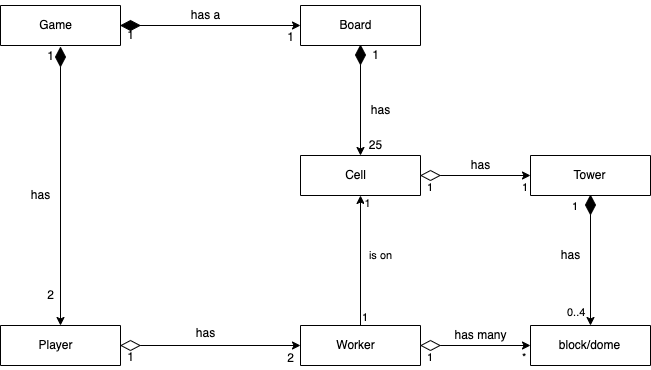
This is domain-model.png from RozayC/test, a draw.io export, as it was before one commit. Source tidied: cells renumbered, new cells last; positions are measured from the earlier drawing's top-left corner, leaving out a move shared by most shapes.
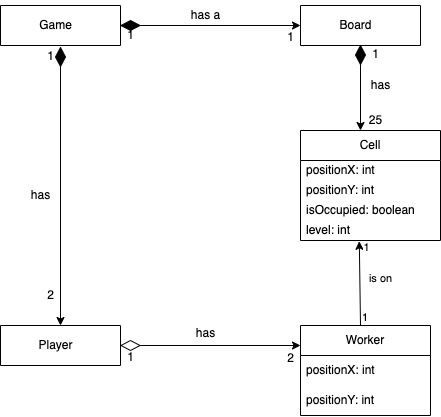
Above is the later version.

Change to the diagram source:
```diff
@@ -27,7 +27,7 @@
       <mxGeometry x="180" width="50" height="30" as="geometry" />
     </mxCell>
     <mxCell id="9" value="has" style="text;html=1;align=center;verticalAlign=middle;fillColor=none;strokeColor=none;rounded=0;" parent="1" vertex="1">
-      <mxGeometry x="360" y="95" width="40" height="30" as="geometry" />
+      <mxGeometry x="360" y="70" width="40" height="30" as="geometry" />
     </mxCell>
     <mxCell id="10" value="has" style="text;html=1;align=center;verticalAlign=middle;fillColor=none;strokeColor=none;rounded=0;" parent="1" vertex="1">
       <mxGeometry x="185" y="318" width="40" height="30" as="geometry" />
@@ -48,10 +48,10 @@
       <mxGeometry x="280" y="348" width="20" height="20" as="geometry" />
     </mxCell>
     <mxCell id="16" value="1" style="text;html=1;align=center;verticalAlign=middle;fillColor=none;strokeColor=none;rounded=0;" parent="1" vertex="1">
-      <mxGeometry x="365" y="44.5" width="20" height="20" as="geometry" />
+      <mxGeometry x="365" y="44" width="20" height="20" as="geometry" />
     </mxCell>
     <mxCell id="17" value="25" style="text;html=1;align=center;verticalAlign=middle;fillColor=none;strokeColor=none;rounded=0;" parent="1" vertex="1">
-      <mxGeometry x="360" y="135" width="30" height="20" as="geometry" />
+      <mxGeometry x="360" y="110" width="30" height="20" as="geometry" />
     </mxCell>
     <mxCell id="18" value="1" style="text;html=1;align=center;verticalAlign=middle;fillColor=none;strokeColor=none;rounded=0;" parent="1" vertex="1">
       <mxGeometry x="120" y="25" width="20" height="20" as="geometry" />
@@ -59,14 +59,10 @@
     <mxCell id="19" value="1" style="text;html=1;align=center;verticalAlign=middle;fillColor=none;strokeColor=none;rounded=0;" parent="1" vertex="1">
       <mxGeometry x="280" y="27" width="20" height="20" as="geometry" />
     </mxCell>
-    <mxCell id="20" style="swimlane;startSize=0;" parent="1" vertex="1">
-      <mxGeometry x="300" y="155" width="120" height="40" as="geometry" />
-    </mxCell>
-    <mxCell id="21" value="Cell" style="text;html=1;align=center;verticalAlign=middle;strokeColor=none;fillColor=none;" parent="20" vertex="1">
-      <mxGeometry x="35" y="5" width="40" height="30" as="geometry" />
-    </mxCell>
-    <mxCell id="22" style="endArrow=classic;html=1;rounded=0;exitX=0.5;exitY=0;exitDx=0;exitDy=0;entryX=0.5;entryY=1;entryDx=0;entryDy=0;" parent="1" edge="1" source="28" target="20">
-      <mxGeometry relative="1" as="geometry" />
+    <mxCell id="22" style="endArrow=classic;html=1;rounded=0;exitX=0.5;exitY=0;exitDx=0;exitDy=0;entryX=0.42;entryY=1.039;entryDx=0;entryDy=0;entryPerimeter=0;" parent="1" edge="1" target="60">
+      <mxGeometry relative="1" as="geometry">
+        <mxPoint x="360" y="325" as="sourcePoint" />
+      </mxGeometry>
     </mxCell>
     <mxCell id="23" value="is on" style="edgeLabel;html=1;align=center;verticalAlign=middle;" parent="22" vertex="1">
       <mxGeometry relative="1" as="geometry">
@@ -81,20 +77,18 @@
         <mxPoint x="11" as="offset" />
       </mxGeometry>
     </mxCell>
-    <mxCell id="26" style="edgeStyle=orthogonalEdgeStyle;rounded=0;jettySize=auto;html=1;entryX=0.5;entryY=0;entryDx=0;entryDy=0;" parent="1" edge="1" source="27" target="20">
-      <mxGeometry relative="1" as="geometry" />
+    <mxCell id="26" style="edgeStyle=orthogonalEdgeStyle;rounded=0;jettySize=auto;html=1;" parent="1" edge="1" source="27">
+      <mxGeometry relative="1" as="geometry">
+        <mxPoint x="360" y="130" as="targetPoint" />
+      </mxGeometry>
     </mxCell>
     <mxCell id="27" style="rhombus;whiteSpace=wrap;html=1;fillColor=#000000;" parent="1" vertex="1">
       <mxGeometry x="355" y="45" width="10" height="19" as="geometry" />
     </mxCell>
-    <mxCell id="28" style="swimlane;startSize=0;" parent="1" vertex="1">
-      <mxGeometry x="300" y="325" width="120" height="40" as="geometry" />
-    </mxCell>
-    <mxCell id="29" value="Worker" style="text;html=1;align=center;verticalAlign=middle;strokeColor=none;fillColor=none;" parent="28" vertex="1">
-      <mxGeometry x="25" y="5" width="60" height="30" as="geometry" />
-    </mxCell>
-    <mxCell id="30" style="edgeStyle=orthogonalEdgeStyle;rounded=0;jettySize=auto;html=1;entryX=0;entryY=0.5;entryDx=0;entryDy=0;" parent="1" edge="1" source="31" target="28">
-      <mxGeometry relative="1" as="geometry" />
+    <mxCell id="30" style="edgeStyle=orthogonalEdgeStyle;rounded=0;jettySize=auto;html=1;entryX=0;entryY=0.5;entryDx=0;entryDy=0;" parent="1" edge="1" source="31">
+      <mxGeometry relative="1" as="geometry">
+        <mxPoint x="300" y="345" as="targetPoint" />
+      </mxGeometry>
     </mxCell>
     <mxCell id="31" style="rhombus;whiteSpace=wrap;html=1;fillColor=#ffffff;rotation=90;" parent="1" vertex="1">
       <mxGeometry x="125" y="335.5" width="10" height="19" as="geometry" />
@@ -117,62 +111,29 @@
     <mxCell id="37" style="rhombus;whiteSpace=wrap;html=1;fillColor=#000000;rotation=90;" parent="1" vertex="1">
       <mxGeometry x="125" y="15.5" width="10" height="19" as="geometry" />
     </mxCell>
-    <mxCell id="38" style="edgeStyle=orthogonalEdgeStyle;rounded=0;jettySize=auto;html=1;entryX=0;entryY=0.5;entryDx=0;entryDy=0;" parent="1" edge="1" source="39" target="40">
-      <mxGeometry relative="1" as="geometry" />
-    </mxCell>
-    <mxCell id="39" style="rhombus;whiteSpace=wrap;html=1;fillColor=#ffffff;rotation=90;" parent="1" vertex="1">
-      <mxGeometry x="425" y="165.5" width="10" height="19" as="geometry" />
-    </mxCell>
-    <mxCell id="40" style="swimlane;startSize=0;" parent="1" vertex="1">
-      <mxGeometry x="530" y="155" width="120" height="40" as="geometry" />
-    </mxCell>
-    <mxCell id="41" value="Tower" style="text;html=1;align=center;verticalAlign=middle;strokeColor=none;fillColor=none;" parent="40" vertex="1">
-      <mxGeometry x="29" y="5" width="60" height="30" as="geometry" />
-    </mxCell>
-    <mxCell id="42" value="has" style="text;html=1;align=center;verticalAlign=middle;fillColor=none;strokeColor=none;rounded=0;" parent="1" vertex="1">
-      <mxGeometry x="460" y="150" width="40" height="30" as="geometry" />
-    </mxCell>
-    <mxCell id="43" value="1" style="edgeLabel;html=1;align=left;verticalAlign=bottom;" parent="1" vertex="1">
-      <mxGeometry x="425" y="195" as="geometry" />
-    </mxCell>
-    <mxCell id="44" value="1" style="edgeLabel;html=1;align=left;verticalAlign=bottom;" parent="1" vertex="1">
-      <mxGeometry x="520" y="195" as="geometry" />
-    </mxCell>
-    <mxCell id="45" style="edgeStyle=orthogonalEdgeStyle;rounded=0;jettySize=auto;html=1;entryX=0;entryY=0.5;entryDx=0;entryDy=0;" parent="1" edge="1" source="46" target="47">
-      <mxGeometry relative="1" as="geometry" />
-    </mxCell>
-    <mxCell id="46" style="rhombus;whiteSpace=wrap;html=1;fillColor=#ffffff;rotation=90;" parent="1" vertex="1">
-      <mxGeometry x="425" y="335.5" width="10" height="19" as="geometry" />
-    </mxCell>
-    <mxCell id="47" style="swimlane;startSize=0;" parent="1" vertex="1">
-      <mxGeometry x="530" y="325" width="120" height="40" as="geometry" />
-    </mxCell>
-    <mxCell id="48" value="block/dome" style="text;html=1;align=center;verticalAlign=middle;strokeColor=none;fillColor=none;" parent="47" vertex="1">
-      <mxGeometry x="19" y="5" width="80" height="30" as="geometry" />
-    </mxCell>
-    <mxCell id="49" value="has many" style="text;html=1;align=center;verticalAlign=middle;fillColor=none;strokeColor=none;rounded=0;" parent="1" vertex="1">
-      <mxGeometry x="440" y="320" width="80" height="30" as="geometry" />
-    </mxCell>
-    <mxCell id="50" value="1" style="edgeLabel;html=1;align=left;verticalAlign=bottom;" parent="1" vertex="1">
-      <mxGeometry x="425" y="365" as="geometry" />
-    </mxCell>
-    <mxCell id="51" value="*" style="edgeLabel;html=1;align=left;verticalAlign=bottom;" parent="1" vertex="1">
-      <mxGeometry x="520" y="365" as="geometry" />
-    </mxCell>
-    <mxCell id="52" style="edgeStyle=orthogonalEdgeStyle;rounded=0;jettySize=auto;html=1;entryX=0.5;entryY=0;entryDx=0;entryDy=0;" parent="1" edge="1" source="53" target="47">
-      <mxGeometry relative="1" as="geometry" />
-    </mxCell>
-    <mxCell id="53" style="rhombus;whiteSpace=wrap;html=1;fillColor=#000000;" parent="1" vertex="1">
-      <mxGeometry x="585" y="195" width="10" height="19" as="geometry" />
-    </mxCell>
-    <mxCell id="54" value="1" style="edgeLabel;html=1;align=left;verticalAlign=bottom;" parent="1" vertex="1">
-      <mxGeometry x="570" y="214" as="geometry" />
-    </mxCell>
-    <mxCell id="55" value="0..4" style="edgeLabel;html=1;align=left;verticalAlign=bottom;" parent="1" vertex="1">
-      <mxGeometry x="565" y="320" as="geometry" />
-    </mxCell>
-    <mxCell id="56" value="has" style="text;html=1;align=center;verticalAlign=middle;fillColor=none;strokeColor=none;rounded=0;" parent="1" vertex="1">
-      <mxGeometry x="550" y="240" width="40" height="30" as="geometry" />
-    </mxCell>
+    <mxCell id="21" value="Cell" style="swimlane;fontStyle=0;horizontal=1;startSize=30;whiteSpace=wrap;html=1;fontSize=12;" parent="1" vertex="1">
+      <mxGeometry x="300" y="130" width="140" height="110" as="geometry" />
+    </mxCell>
+    <mxCell id="57" value="positionX: int" style="text;strokeColor=none;fillColor=none;align=left;verticalAlign=middle;spacingLeft=4;spacingRight=4;overflow=hidden;whiteSpace=wrap;html=1;fontSize=12;" parent="21" vertex="1">
+      <mxGeometry y="30" width="140" height="20" as="geometry" />
+    </mxCell>
+    <mxCell id="58" value="positionY: int" style="text;strokeColor=none;fillColor=none;align=left;verticalAlign=middle;spacingLeft=4;spacingRight=4;overflow=hidden;whiteSpace=wrap;html=1;fontSize=12;" parent="21" vertex="1">
+      <mxGeometry y="50" width="140" height="20" as="geometry" />
+    </mxCell>
+    <mxCell id="59" value="isOccupied: boolean" style="text;strokeColor=none;fillColor=none;align=left;verticalAlign=middle;spacingLeft=4;spacingRight=4;overflow=hidden;whiteSpace=wrap;html=1;fontSize=12;" parent="21" vertex="1">
+      <mxGeometry y="70" width="140" height="20" as="geometry" />
+    </mxCell>
+    <mxCell id="60" value="level: int" style="text;strokeColor=none;fillColor=none;align=left;verticalAlign=middle;spacingLeft=4;spacingRight=4;overflow=hidden;points=[[0,0.5],[1,0.5]];portConstraint=eastwest;whiteSpace=wrap;html=1;fontSize=12;" parent="21" vertex="1">
+      <mxGeometry y="90" width="140" height="20" as="geometry" />
+    </mxCell>
+    <mxCell id="29" value="Worker" style="swimlane;fontStyle=0;horizontal=1;startSize=30;whiteSpace=wrap;html=1;fontSize=12;" parent="1" vertex="1">
+      <mxGeometry x="300" y="325" width="130" height="90" as="geometry" />
+    </mxCell>
+    <mxCell id="61" value="positionX: int" style="text;strokeColor=none;fillColor=none;align=left;verticalAlign=middle;spacingLeft=4;spacingRight=4;overflow=hidden;whiteSpace=wrap;html=1;fontSize=12;" parent="29" vertex="1">
+      <mxGeometry y="30" width="130" height="30" as="geometry" />
+    </mxCell>
+    <mxCell id="62" value="positionY: int" style="text;strokeColor=none;fillColor=none;align=left;verticalAlign=middle;spacingLeft=4;spacingRight=4;overflow=hidden;whiteSpace=wrap;html=1;fontSize=12;" parent="29" vertex="1">
+      <mxGeometry y="60" width="130" height="30" as="geometry" />
+    </mxCell>
   </root>
 </mxGraphModel>
```
